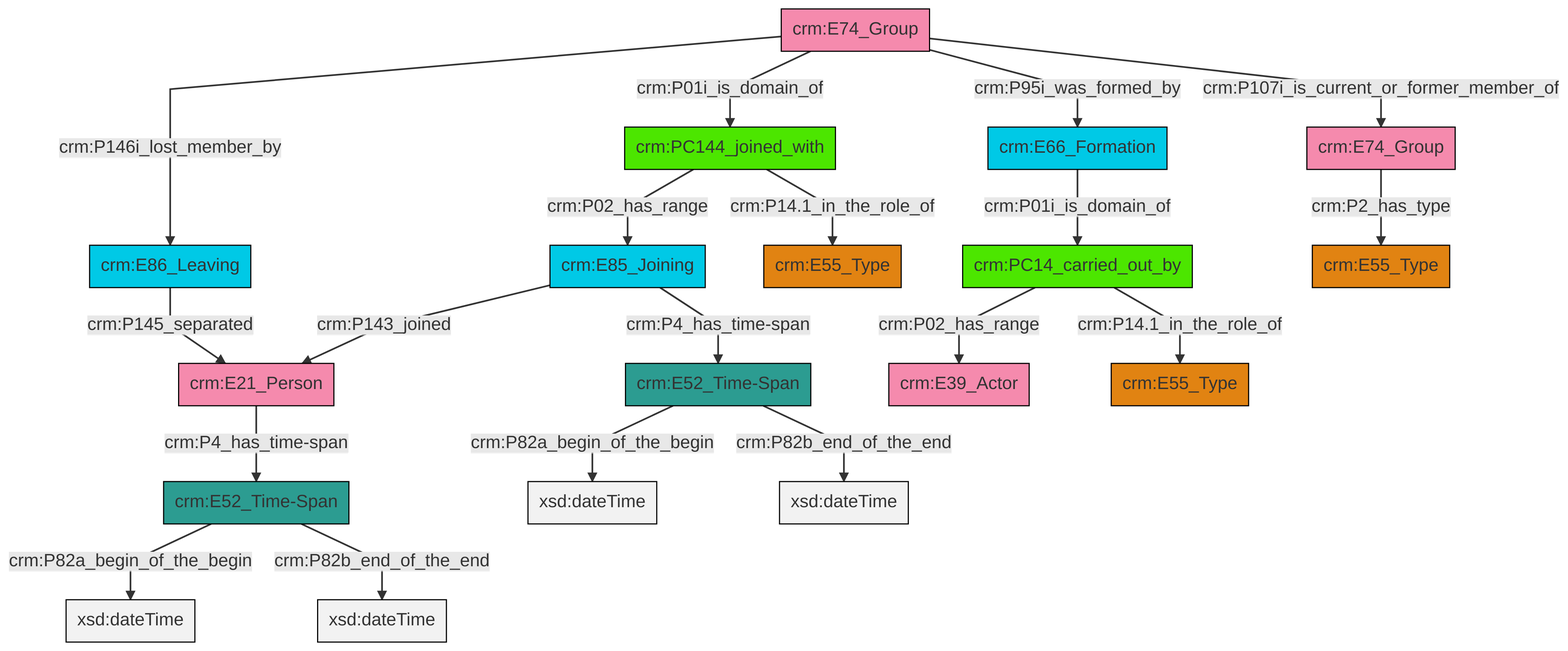
Above: et/groupCSV/ttl/mmd/png/group_actor_relations.png in swiss-art-research-net/reference-data-models (Mermaid), before the change. Its source is kept beside it as et/groupCSV/ttl/mmd/group_actor_relations.ttl.mmd. The source it was exported from:
```mermaid
graph TD
classDef Literal fill:#f2f2f2,stroke:#000000;
classDef CRM_Entity fill:#FFFFFF,stroke:#000000;
classDef Temporal_Entity fill:#00C9E6, stroke:#000000;
classDef Type fill:#E18312, stroke:#000000;
classDef Time-Span fill:#2C9C91, stroke:#000000;
classDef Appellation fill:#FFEB7F, stroke:#000000;
classDef Place fill:#008836, stroke:#000000;
classDef Persistent_Item fill:#B266B2, stroke:#000000;
classDef Conceptual_Object fill:#FFD700, stroke:#000000;
classDef Physical_Thing fill:#D2B48C, stroke:#000000;
classDef Actor fill:#f58aad, stroke:#000000;
classDef PC_Classes fill:#4ce600, stroke:#000000;
classDef Multi fill:#cccccc,stroke:#000000;

0["crm:E74_Group"]:::Actor -->|crm:P01i_is_domain_of| 1["crm:PC144_joined_with"]:::PC_Classes
6["crm:E52_Time-Span"]:::Time-Span -->|crm:P82a_begin_of_the_begin| 7[xsd:dateTime]:::Literal
8["crm:E52_Time-Span"]:::Time-Span -->|crm:P82a_begin_of_the_begin| 9[xsd:dateTime]:::Literal
10["crm:E85_Joining"]:::Temporal_Entity -->|crm:P4_has_time-span| 8["crm:E52_Time-Span"]:::Time-Span
6["crm:E52_Time-Span"]:::Time-Span -->|crm:P82b_end_of_the_end| 12[xsd:dateTime]:::Literal
13["crm:E21_Person"]:::Actor -->|crm:P4_has_time-span| 6["crm:E52_Time-Span"]:::Time-Span
1["crm:PC144_joined_with"]:::PC_Classes -->|crm:P14.1_in_the_role_of| 14["crm:E55_Type"]:::Type
0["crm:E74_Group"]:::Actor -->|crm:P146i_lost_member_by| 15["crm:E86_Leaving"]:::Temporal_Entity
1["crm:PC144_joined_with"]:::PC_Classes -->|crm:P02_has_range| 10["crm:E85_Joining"]:::Temporal_Entity
15["crm:E86_Leaving"]:::Temporal_Entity -->|crm:P145_separated| 13["crm:E21_Person"]:::Actor
8["crm:E52_Time-Span"]:::Time-Span -->|crm:P82b_end_of_the_end| 26[xsd:dateTime]:::Literal
2["crm:PC14_carried_out_by"]:::PC_Classes -->|crm:P14.1_in_the_role_of| 21["crm:E55_Type"]:::Type
4["crm:E74_Group"]:::Actor -->|crm:P2_has_type| 27["crm:E55_Type"]:::Type
2["crm:PC14_carried_out_by"]:::PC_Classes -->|crm:P02_has_range| 19["crm:E39_Actor"]:::Actor
0["crm:E74_Group"]:::Actor -->|crm:P95i_was_formed_by| 17["crm:E66_Formation"]:::Temporal_Entity
10["crm:E85_Joining"]:::Temporal_Entity -->|crm:P143_joined| 13["crm:E21_Person"]:::Actor
17["crm:E66_Formation"]:::Temporal_Entity -->|crm:P01i_is_domain_of| 2["crm:PC14_carried_out_by"]:::PC_Classes
0["crm:E74_Group"]:::Actor -->|crm:P107i_is_current_or_former_member_of| 4["crm:E74_Group"]:::Actor
```
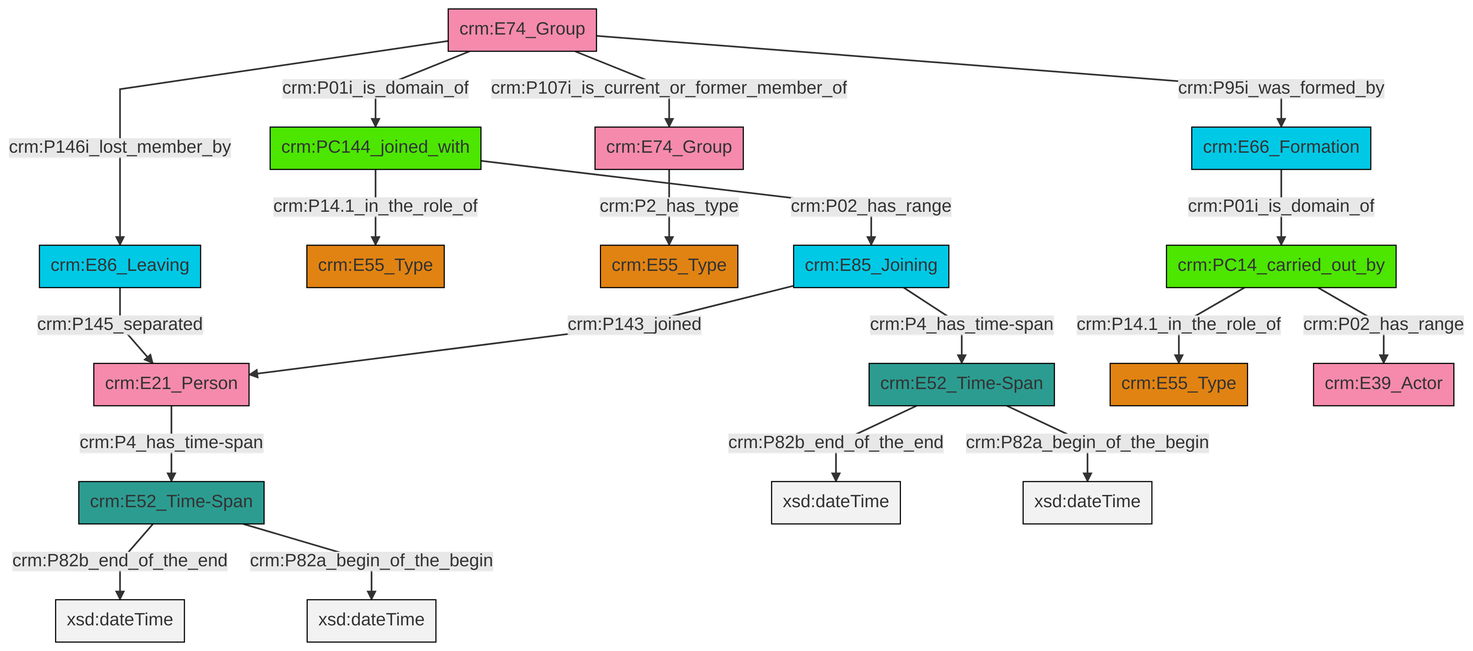
After the commit.

What changed in the source:
```diff
@@ -13,21 +13,21 @@
 classDef PC_Classes fill:#4ce600, stroke:#000000;
 classDef Multi fill:#cccccc,stroke:#000000;
 
-0["crm:E74_Group"]:::Actor -->|crm:P01i_is_domain_of| 1["crm:PC144_joined_with"]:::PC_Classes
-6["crm:E52_Time-Span"]:::Time-Span -->|crm:P82a_begin_of_the_begin| 7[xsd:dateTime]:::Literal
-8["crm:E52_Time-Span"]:::Time-Span -->|crm:P82a_begin_of_the_begin| 9[xsd:dateTime]:::Literal
-10["crm:E85_Joining"]:::Temporal_Entity -->|crm:P4_has_time-span| 8["crm:E52_Time-Span"]:::Time-Span
-6["crm:E52_Time-Span"]:::Time-Span -->|crm:P82b_end_of_the_end| 12[xsd:dateTime]:::Literal
-13["crm:E21_Person"]:::Actor -->|crm:P4_has_time-span| 6["crm:E52_Time-Span"]:::Time-Span
-1["crm:PC144_joined_with"]:::PC_Classes -->|crm:P14.1_in_the_role_of| 14["crm:E55_Type"]:::Type
-0["crm:E74_Group"]:::Actor -->|crm:P146i_lost_member_by| 15["crm:E86_Leaving"]:::Temporal_Entity
-1["crm:PC144_joined_with"]:::PC_Classes -->|crm:P02_has_range| 10["crm:E85_Joining"]:::Temporal_Entity
-15["crm:E86_Leaving"]:::Temporal_Entity -->|crm:P145_separated| 13["crm:E21_Person"]:::Actor
-8["crm:E52_Time-Span"]:::Time-Span -->|crm:P82b_end_of_the_end| 26[xsd:dateTime]:::Literal
-2["crm:PC14_carried_out_by"]:::PC_Classes -->|crm:P14.1_in_the_role_of| 21["crm:E55_Type"]:::Type
-4["crm:E74_Group"]:::Actor -->|crm:P2_has_type| 27["crm:E55_Type"]:::Type
-2["crm:PC14_carried_out_by"]:::PC_Classes -->|crm:P02_has_range| 19["crm:E39_Actor"]:::Actor
-0["crm:E74_Group"]:::Actor -->|crm:P95i_was_formed_by| 17["crm:E66_Formation"]:::Temporal_Entity
-10["crm:E85_Joining"]:::Temporal_Entity -->|crm:P143_joined| 13["crm:E21_Person"]:::Actor
-17["crm:E66_Formation"]:::Temporal_Entity -->|crm:P01i_is_domain_of| 2["crm:PC14_carried_out_by"]:::PC_Classes
-0["crm:E74_Group"]:::Actor -->|crm:P107i_is_current_or_former_member_of| 4["crm:E74_Group"]:::Actor
+4["crm:E21_Person"]:::Actor -->|crm:P4_has_time-span| 0["crm:E52_Time-Span"]:::Time-Span
+5["crm:E86_Leaving"]:::Temporal_Entity -->|crm:P145_separated| 4["crm:E21_Person"]:::Actor
+2["crm:PC144_joined_with"]:::PC_Classes -->|crm:P14.1_in_the_role_of| 6["crm:E55_Type"]:::Type
+7["crm:E52_Time-Span"]:::Time-Span -->|crm:P82b_end_of_the_end| 16[xsd:dateTime]:::Literal
+17["crm:E85_Joining"]:::Temporal_Entity -->|crm:P4_has_time-span| 7["crm:E52_Time-Span"]:::Time-Span
+18["crm:PC14_carried_out_by"]:::PC_Classes -->|crm:P02_has_range| 19["crm:E39_Actor"]:::Actor
+0["crm:E52_Time-Span"]:::Time-Span -->|crm:P82b_end_of_the_end| 20[xsd:dateTime]:::Literal
+22["crm:E74_Group"]:::Actor -->|crm:P146i_lost_member_by| 5["crm:E86_Leaving"]:::Temporal_Entity
+17["crm:E85_Joining"]:::Temporal_Entity -->|crm:P143_joined| 4["crm:E21_Person"]:::Actor
+11["crm:E74_Group"]:::Actor -->|crm:P2_has_type| 9["crm:E55_Type"]:::Type
+22["crm:E74_Group"]:::Actor -->|crm:P107i_is_current_or_former_member_of| 11["crm:E74_Group"]:::Actor
+0["crm:E52_Time-Span"]:::Time-Span -->|crm:P82a_begin_of_the_begin| 29[xsd:dateTime]:::Literal
+22["crm:E74_Group"]:::Actor -->|crm:P95i_was_formed_by| 25["crm:E66_Formation"]:::Temporal_Entity
+22["crm:E74_Group"]:::Actor -->|crm:P01i_is_domain_of| 2["crm:PC144_joined_with"]:::PC_Classes
+18["crm:PC14_carried_out_by"]:::PC_Classes -->|crm:P14.1_in_the_role_of| 13["crm:E55_Type"]:::Type
+7["crm:E52_Time-Span"]:::Time-Span -->|crm:P82a_begin_of_the_begin| 33[xsd:dateTime]:::Literal
+25["crm:E66_Formation"]:::Temporal_Entity -->|crm:P01i_is_domain_of| 18["crm:PC14_carried_out_by"]:::PC_Classes
+2["crm:PC144_joined_with"]:::PC_Classes -->|crm:P02_has_range| 17["crm:E85_Joining"]:::Temporal_Entity
```
